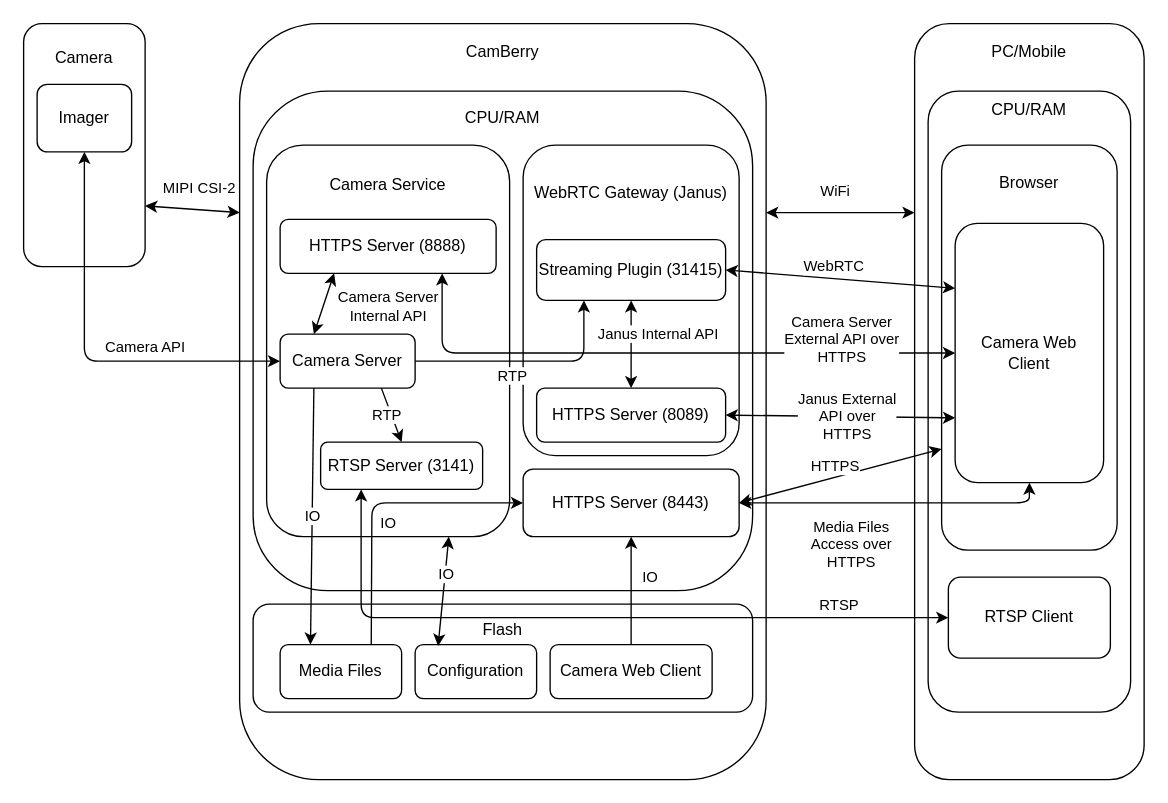
This is doc/CamBerry.drawio from raspberrypiexperiments/RaspberryPi-Camera, a draw.io file, before an edit. Source tidied: cells renumbered, new cells numbered last; positions are measured from the earlier drawing's top-left corner, leaving out a move shared by most shapes. Both pictures are drawn from the tidied source at 135%, with x=0, y=0 at pixel (23, 23).
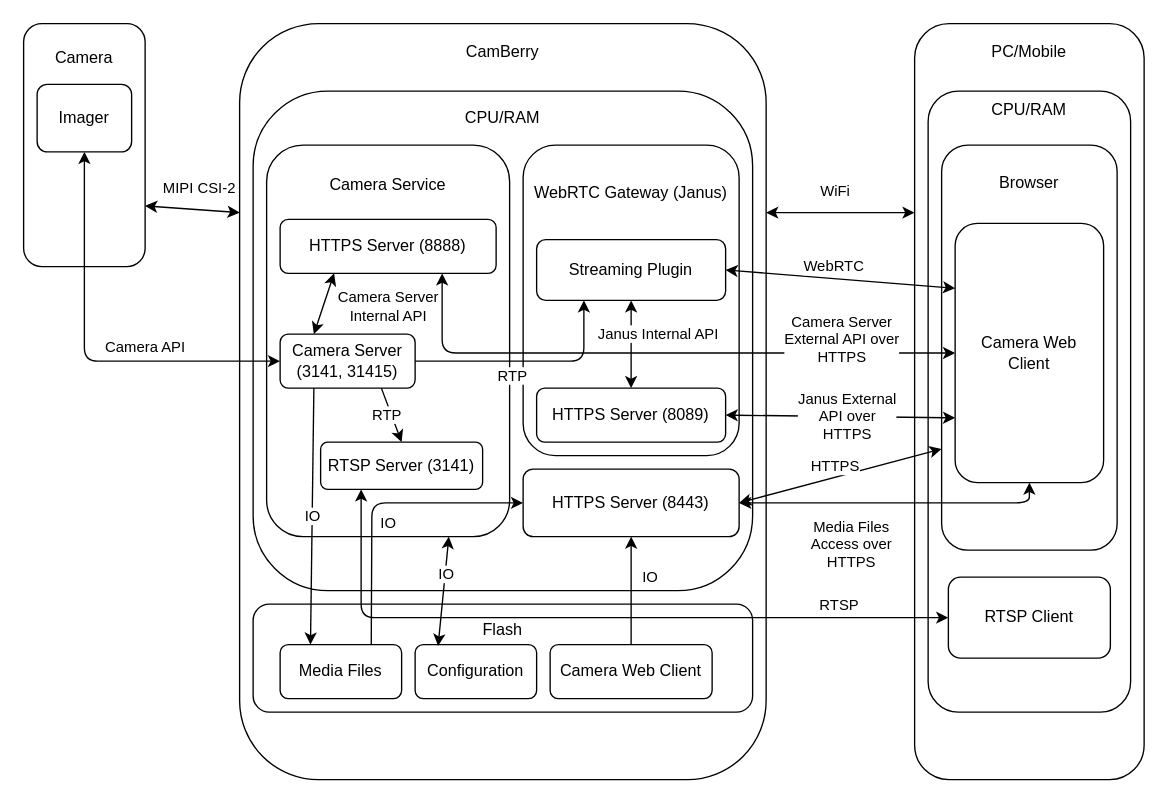
The same diagram, later.

What changed in the source:
```diff
@@
-    <mxCell id="9" value="Streaming Plugin (31415)" style="rounded=1;whiteSpace=wrap;html=1;" parent="1" vertex="1">
+    <mxCell id="9" value="Streaming Plugin" style="rounded=1;whiteSpace=wrap;html=1;" parent="1" vertex="1">
       <mxGeometry x="380" y="160" width="140" height="45" as="geometry" />
     </mxCell>
@@
-    <mxCell id="12" value="Camera Server" style="rounded=1;whiteSpace=wrap;html=1;" parent="1" vertex="1">
+    <mxCell id="12" value="Camera Server&lt;br&gt;(3141, 31415)" style="rounded=1;whiteSpace=wrap;html=1;" parent="1" vertex="1">
       <mxGeometry x="190" y="230" width="100" height="40" as="geometry" />
     </mxCell>
```
